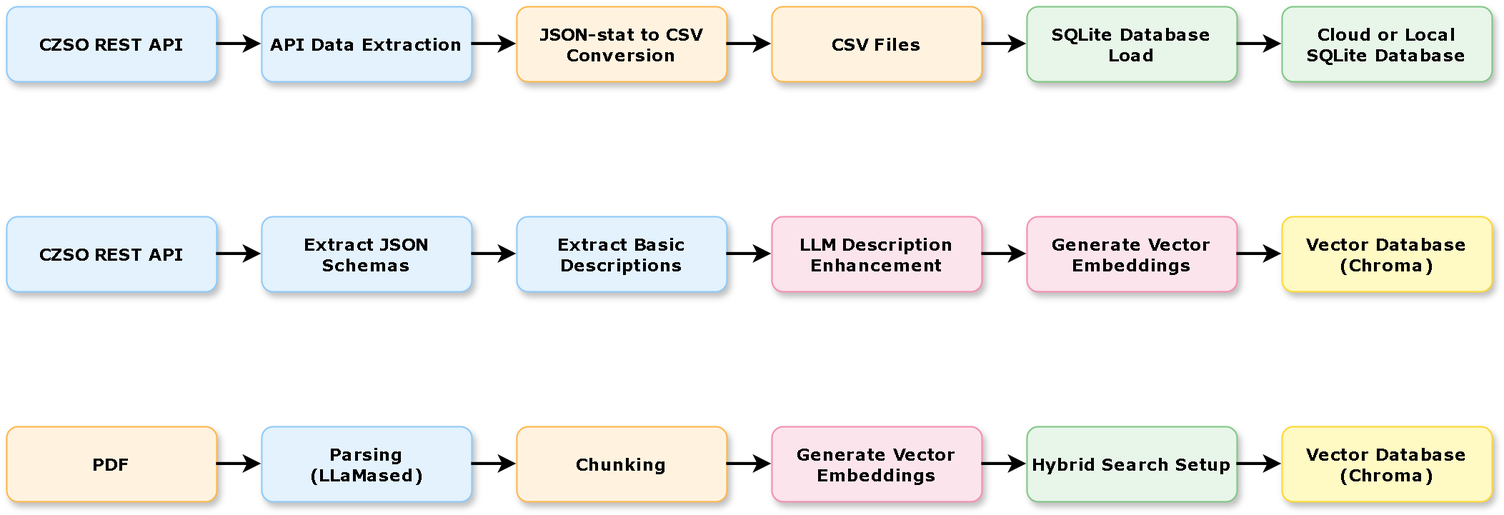
The draw.io diagram other/diagrams/data_metadata_flow.drawio.png in michaelmiscanuk/czsu-multi-agent-text-to-sql, before a commit. Source tidied: cells renumbered, new cells last; positions are measured from the earlier drawing's top-left corner, leaving out a move shared by most shapes. Source of this version:
```xml
<mxGraphModel>
  <root>
    <mxCell id="0" />
    <mxCell id="1" parent="0" />
    <mxCell id="2" value="CZSO REST API" style="rounded=1;whiteSpace=wrap;html=1;shadow=1;fontSize=11;fillColor=#E3F2FD;strokeColor=#90CAF9;fontFamily=Verdana;fontStyle=1;" parent="1" vertex="1">
      <mxGeometry width="140" height="50" as="geometry" />
    </mxCell>
    <mxCell id="3" style="edgeStyle=orthogonalEdgeStyle;rounded=0;jettySize=auto;html=1;exitX=1;exitY=0.5;exitDx=0;exitDy=0;entryX=0;entryY=0.5;entryDx=0;entryDy=0;strokeWidth=2;fontFamily=Verdana;fontStyle=1;" parent="1" edge="1" source="2" target="4">
      <mxGeometry relative="1" as="geometry" />
    </mxCell>
    <mxCell id="4" value="API Data Extraction" style="rounded=1;whiteSpace=wrap;html=1;shadow=1;fontSize=11;fillColor=#E3F2FD;strokeColor=#90CAF9;fontFamily=Verdana;fontStyle=1;" parent="1" vertex="1">
      <mxGeometry x="170" width="140" height="50" as="geometry" />
    </mxCell>
    <mxCell id="5" style="edgeStyle=orthogonalEdgeStyle;rounded=0;jettySize=auto;html=1;exitX=1;exitY=0.5;exitDx=0;exitDy=0;entryX=0;entryY=0.5;entryDx=0;entryDy=0;strokeWidth=2;fontFamily=Verdana;fontStyle=1;" parent="1" edge="1" source="4" target="6">
      <mxGeometry relative="1" as="geometry" />
    </mxCell>
    <mxCell id="6" value="JSON-stat to CSV&#10;Conversion" style="rounded=1;whiteSpace=wrap;html=1;shadow=1;fontSize=11;fillColor=#FFF3E0;strokeColor=#FFB74D;fontFamily=Verdana;fontStyle=1;" parent="1" vertex="1">
      <mxGeometry x="340" width="140" height="50" as="geometry" />
    </mxCell>
    <mxCell id="7" style="edgeStyle=orthogonalEdgeStyle;rounded=0;jettySize=auto;html=1;exitX=1;exitY=0.5;exitDx=0;exitDy=0;entryX=0;entryY=0.5;entryDx=0;entryDy=0;strokeWidth=2;fontFamily=Verdana;fontStyle=1;" parent="1" edge="1" source="6" target="8">
      <mxGeometry relative="1" as="geometry" />
    </mxCell>
    <mxCell id="8" value="CSV Files" style="rounded=1;whiteSpace=wrap;html=1;shadow=1;fontSize=11;fillColor=#FFF3E0;strokeColor=#FFB74D;fontFamily=Verdana;fontStyle=1;" parent="1" vertex="1">
      <mxGeometry x="510" width="140" height="50" as="geometry" />
    </mxCell>
    <mxCell id="9" style="edgeStyle=orthogonalEdgeStyle;rounded=0;jettySize=auto;html=1;exitX=1;exitY=0.5;exitDx=0;exitDy=0;entryX=0;entryY=0.5;entryDx=0;entryDy=0;strokeWidth=2;fontFamily=Verdana;fontStyle=1;" parent="1" edge="1" source="8" target="10">
      <mxGeometry relative="1" as="geometry" />
    </mxCell>
    <mxCell id="10" value="SQLite Database Load" style="rounded=1;whiteSpace=wrap;html=1;shadow=1;fontSize=11;fillColor=#E8F5E9;strokeColor=#81C784;fontFamily=Verdana;fontStyle=1;" parent="1" vertex="1">
      <mxGeometry x="680" width="140" height="50" as="geometry" />
    </mxCell>
    <mxCell id="11" style="edgeStyle=orthogonalEdgeStyle;rounded=0;jettySize=auto;html=1;exitX=1;exitY=0.5;exitDx=0;exitDy=0;entryX=0;entryY=0.5;entryDx=0;entryDy=0;strokeWidth=2;fontFamily=Verdana;fontStyle=1;" parent="1" edge="1" source="10" target="12">
      <mxGeometry relative="1" as="geometry" />
    </mxCell>
    <mxCell id="12" value="Cloud or Local&#10;SQLite Database" style="rounded=1;whiteSpace=wrap;html=1;shadow=1;fontSize=11;fillColor=#E8F5E9;strokeColor=#81C784;fontFamily=Verdana;fontStyle=1;" parent="1" vertex="1">
      <mxGeometry x="850" width="140" height="50" as="geometry" />
    </mxCell>
    <mxCell id="13" value="CZSO REST API" style="rounded=1;whiteSpace=wrap;html=1;shadow=1;fontSize=11;fillColor=#E3F2FD;strokeColor=#90CAF9;fontFamily=Verdana;fontStyle=1;" parent="1" vertex="1">
      <mxGeometry y="140" width="140" height="50" as="geometry" />
    </mxCell>
    <mxCell id="14" style="edgeStyle=orthogonalEdgeStyle;rounded=0;jettySize=auto;html=1;exitX=1;exitY=0.5;exitDx=0;exitDy=0;entryX=0;entryY=0.5;entryDx=0;entryDy=0;strokeWidth=2;fontFamily=Verdana;fontStyle=1;" parent="1" edge="1" source="13" target="15">
      <mxGeometry relative="1" as="geometry" />
    </mxCell>
    <mxCell id="15" value="Extract JSON Schemas" style="rounded=1;whiteSpace=wrap;html=1;shadow=1;fontSize=11;fillColor=#E3F2FD;strokeColor=#90CAF9;fontFamily=Verdana;fontStyle=1;" parent="1" vertex="1">
      <mxGeometry x="170" y="140" width="140" height="50" as="geometry" />
    </mxCell>
    <mxCell id="16" style="edgeStyle=orthogonalEdgeStyle;rounded=0;jettySize=auto;html=1;exitX=1;exitY=0.5;exitDx=0;exitDy=0;entryX=0;entryY=0.5;entryDx=0;entryDy=0;strokeWidth=2;fontFamily=Verdana;fontStyle=1;" parent="1" edge="1" source="15" target="17">
      <mxGeometry relative="1" as="geometry" />
    </mxCell>
    <mxCell id="17" value="Extract Basic&#10;Descriptions" style="rounded=1;whiteSpace=wrap;html=1;shadow=1;fontSize=11;fillColor=#E3F2FD;strokeColor=#90CAF9;fontFamily=Verdana;fontStyle=1;" parent="1" vertex="1">
      <mxGeometry x="340" y="140" width="140" height="50" as="geometry" />
    </mxCell>
    <mxCell id="18" style="edgeStyle=orthogonalEdgeStyle;rounded=0;jettySize=auto;html=1;exitX=1;exitY=0.5;exitDx=0;exitDy=0;entryX=0;entryY=0.5;entryDx=0;entryDy=0;strokeWidth=2;fontFamily=Verdana;fontStyle=1;" parent="1" edge="1" source="17" target="19">
      <mxGeometry relative="1" as="geometry" />
    </mxCell>
    <mxCell id="19" value="LLM Description&#10;Enhancement" style="rounded=1;whiteSpace=wrap;html=1;shadow=1;fontSize=11;fillColor=#FCE4EC;strokeColor=#F48FB1;fontFamily=Verdana;fontStyle=1;" parent="1" vertex="1">
      <mxGeometry x="510" y="140" width="140" height="50" as="geometry" />
    </mxCell>
    <mxCell id="20" style="edgeStyle=orthogonalEdgeStyle;rounded=0;jettySize=auto;html=1;exitX=1;exitY=0.5;exitDx=0;exitDy=0;entryX=0;entryY=0.5;entryDx=0;entryDy=0;strokeWidth=2;fontFamily=Verdana;fontStyle=1;" parent="1" edge="1" source="19" target="21">
      <mxGeometry relative="1" as="geometry" />
    </mxCell>
    <mxCell id="21" value="Generate Vector&#10;Embeddings" style="rounded=1;whiteSpace=wrap;html=1;shadow=1;fontSize=11;fillColor=#FCE4EC;strokeColor=#F48FB1;fontFamily=Verdana;fontStyle=1;" parent="1" vertex="1">
      <mxGeometry x="680" y="140" width="140" height="50" as="geometry" />
    </mxCell>
    <mxCell id="22" style="edgeStyle=orthogonalEdgeStyle;rounded=0;jettySize=auto;html=1;exitX=1;exitY=0.5;exitDx=0;exitDy=0;entryX=0;entryY=0.5;entryDx=0;entryDy=0;strokeWidth=2;fontFamily=Verdana;fontStyle=1;" parent="1" edge="1" source="21" target="23">
      <mxGeometry relative="1" as="geometry" />
    </mxCell>
    <mxCell id="23" value="Vector Database&#10;(Chroma)" style="rounded=1;whiteSpace=wrap;html=1;shadow=1;fontSize=11;fillColor=#FFF9C4;strokeColor=#FDD835;fontFamily=Verdana;fontStyle=1;" parent="1" vertex="1">
      <mxGeometry x="850" y="140" width="140" height="50" as="geometry" />
    </mxCell>
    <mxCell id="24" value="PDF" style="rounded=1;whiteSpace=wrap;html=1;shadow=1;fontSize=11;fillColor=#FFF3E0;strokeColor=#FFB74D;fontFamily=Verdana;fontStyle=1;" parent="1" vertex="1">
      <mxGeometry y="280" width="140" height="50" as="geometry" />
    </mxCell>
    <mxCell id="25" style="edgeStyle=orthogonalEdgeStyle;rounded=0;jettySize=auto;html=1;exitX=1;exitY=0.5;exitDx=0;exitDy=0;entryX=0;entryY=0.5;entryDx=0;entryDy=0;strokeWidth=2;fontFamily=Verdana;fontStyle=1;" parent="1" edge="1" source="24" target="26">
      <mxGeometry relative="1" as="geometry" />
    </mxCell>
    <mxCell id="26" value="Parsing&#10;(LLaMased)" style="rounded=1;whiteSpace=wrap;html=1;shadow=1;fontSize=11;fillColor=#E3F2FD;strokeColor=#90CAF9;fontFamily=Verdana;fontStyle=1;" parent="1" vertex="1">
      <mxGeometry x="170" y="280" width="140" height="50" as="geometry" />
    </mxCell>
    <mxCell id="27" style="edgeStyle=orthogonalEdgeStyle;rounded=0;jettySize=auto;html=1;exitX=1;exitY=0.5;exitDx=0;exitDy=0;entryX=0;entryY=0.5;entryDx=0;entryDy=0;strokeWidth=2;fontFamily=Verdana;fontStyle=1;" parent="1" edge="1" source="26" target="28">
      <mxGeometry relative="1" as="geometry" />
    </mxCell>
    <mxCell id="28" value="Chunking" style="rounded=1;whiteSpace=wrap;html=1;shadow=1;fontSize=11;fillColor=#FFF3E0;strokeColor=#FFB74D;fontFamily=Verdana;fontStyle=1;" parent="1" vertex="1">
      <mxGeometry x="340" y="280" width="140" height="50" as="geometry" />
    </mxCell>
    <mxCell id="29" style="edgeStyle=orthogonalEdgeStyle;rounded=0;jettySize=auto;html=1;exitX=1;exitY=0.5;exitDx=0;exitDy=0;entryX=0;entryY=0.5;entryDx=0;entryDy=0;strokeWidth=2;fontFamily=Verdana;fontStyle=1;" parent="1" edge="1" source="28" target="30">
      <mxGeometry relative="1" as="geometry" />
    </mxCell>
    <mxCell id="30" value="Generate Vector&#10;Embeddings" style="rounded=1;whiteSpace=wrap;html=1;shadow=1;fontSize=11;fillColor=#FCE4EC;strokeColor=#F48FB1;fontFamily=Verdana;fontStyle=1;" parent="1" vertex="1">
      <mxGeometry x="510" y="280" width="140" height="50" as="geometry" />
    </mxCell>
    <mxCell id="31" style="edgeStyle=orthogonalEdgeStyle;rounded=0;jettySize=auto;html=1;exitX=1;exitY=0.5;exitDx=0;exitDy=0;entryX=0;entryY=0.5;entryDx=0;entryDy=0;strokeWidth=2;fontFamily=Verdana;fontStyle=1;" parent="1" edge="1" source="30" target="32">
      <mxGeometry relative="1" as="geometry" />
    </mxCell>
    <mxCell id="32" value="Hybrid Search Setup" style="rounded=1;whiteSpace=wrap;html=1;shadow=1;fontSize=11;fillColor=#E8F5E9;strokeColor=#81C784;fontFamily=Verdana;fontStyle=1;" parent="1" vertex="1">
      <mxGeometry x="680" y="280" width="140" height="50" as="geometry" />
    </mxCell>
    <mxCell id="33" style="edgeStyle=orthogonalEdgeStyle;rounded=0;jettySize=auto;html=1;exitX=1;exitY=0.5;exitDx=0;exitDy=0;entryX=0;entryY=0.5;entryDx=0;entryDy=0;strokeWidth=2;fontFamily=Verdana;fontStyle=1;" parent="1" edge="1" source="32" target="34">
      <mxGeometry relative="1" as="geometry" />
    </mxCell>
    <mxCell id="34" value="Vector Database&#10;(Chroma)" style="rounded=1;whiteSpace=wrap;html=1;shadow=1;fontSize=11;fillColor=#FFF9C4;strokeColor=#FDD835;fontFamily=Verdana;fontStyle=1;" parent="1" vertex="1">
      <mxGeometry x="850" y="280" width="140" height="50" as="geometry" />
    </mxCell>
  </root>
</mxGraphModel>
```
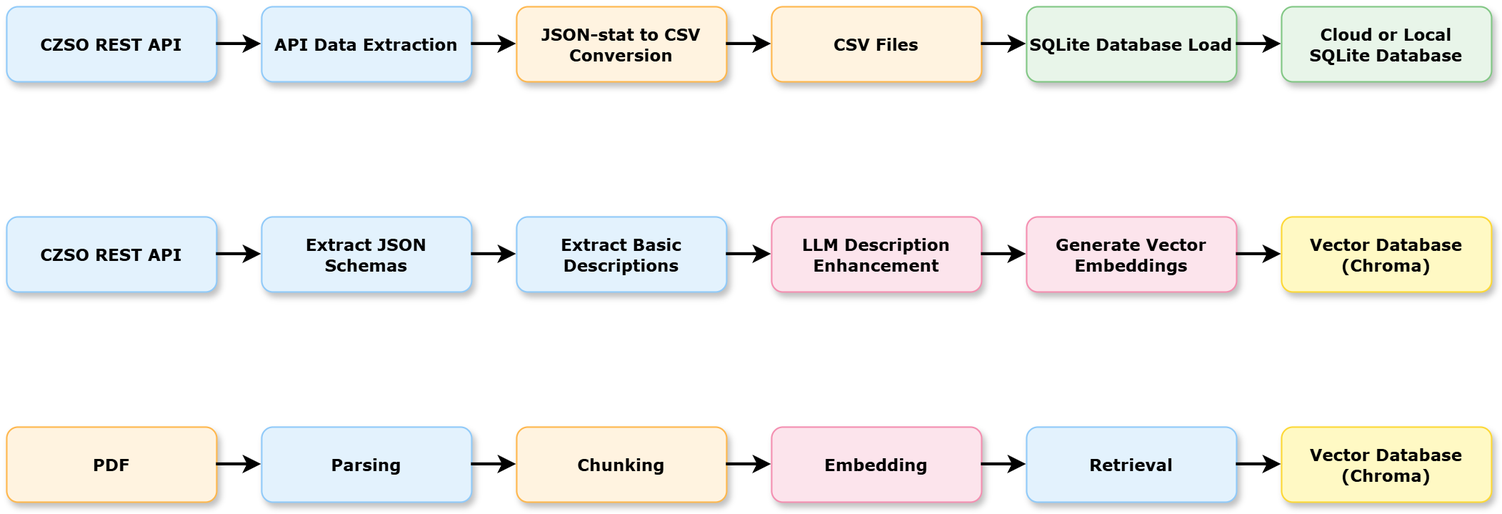
The same file after the commit.

Commit message:
361 Fixing wrong ChromDB collection for PDF data

The edit, as a diff of the source:
```diff
@@ -74,7 +74,7 @@
     <mxCell id="25" style="edgeStyle=orthogonalEdgeStyle;rounded=0;jettySize=auto;html=1;exitX=1;exitY=0.5;exitDx=0;exitDy=0;entryX=0;entryY=0.5;entryDx=0;entryDy=0;strokeWidth=2;fontFamily=Verdana;fontStyle=1;" parent="1" edge="1" source="24" target="26">
       <mxGeometry relative="1" as="geometry" />
     </mxCell>
-    <mxCell id="26" value="Parsing&#10;(LLaMased)" style="rounded=1;whiteSpace=wrap;html=1;shadow=1;fontSize=11;fillColor=#E3F2FD;strokeColor=#90CAF9;fontFamily=Verdana;fontStyle=1;" parent="1" vertex="1">
+    <mxCell id="26" value="Parsing" style="rounded=1;whiteSpace=wrap;html=1;shadow=1;fontSize=11;fillColor=#E3F2FD;strokeColor=#90CAF9;fontFamily=Verdana;fontStyle=1;" parent="1" vertex="1">
       <mxGeometry x="170" y="280" width="140" height="50" as="geometry" />
     </mxCell>
     <mxCell id="27" style="edgeStyle=orthogonalEdgeStyle;rounded=0;jettySize=auto;html=1;exitX=1;exitY=0.5;exitDx=0;exitDy=0;entryX=0;entryY=0.5;entryDx=0;entryDy=0;strokeWidth=2;fontFamily=Verdana;fontStyle=1;" parent="1" edge="1" source="26" target="28">
@@ -86,13 +86,13 @@
     <mxCell id="29" style="edgeStyle=orthogonalEdgeStyle;rounded=0;jettySize=auto;html=1;exitX=1;exitY=0.5;exitDx=0;exitDy=0;entryX=0;entryY=0.5;entryDx=0;entryDy=0;strokeWidth=2;fontFamily=Verdana;fontStyle=1;" parent="1" edge="1" source="28" target="30">
       <mxGeometry relative="1" as="geometry" />
     </mxCell>
-    <mxCell id="30" value="Generate Vector&#10;Embeddings" style="rounded=1;whiteSpace=wrap;html=1;shadow=1;fontSize=11;fillColor=#FCE4EC;strokeColor=#F48FB1;fontFamily=Verdana;fontStyle=1;" parent="1" vertex="1">
+    <mxCell id="30" value="Embedding" style="rounded=1;whiteSpace=wrap;html=1;shadow=1;fontSize=11;fillColor=#FCE4EC;strokeColor=#F48FB1;fontFamily=Verdana;fontStyle=1;" parent="1" vertex="1">
       <mxGeometry x="510" y="280" width="140" height="50" as="geometry" />
     </mxCell>
     <mxCell id="31" style="edgeStyle=orthogonalEdgeStyle;rounded=0;jettySize=auto;html=1;exitX=1;exitY=0.5;exitDx=0;exitDy=0;entryX=0;entryY=0.5;entryDx=0;entryDy=0;strokeWidth=2;fontFamily=Verdana;fontStyle=1;" parent="1" edge="1" source="30" target="32">
       <mxGeometry relative="1" as="geometry" />
     </mxCell>
-    <mxCell id="32" value="Hybrid Search Setup" style="rounded=1;whiteSpace=wrap;html=1;shadow=1;fontSize=11;fillColor=#E8F5E9;strokeColor=#81C784;fontFamily=Verdana;fontStyle=1;" parent="1" vertex="1">
+    <mxCell id="32" value="Retrieval" style="rounded=1;whiteSpace=wrap;html=1;shadow=1;fontSize=11;fillColor=#E3F2FD;strokeColor=#90CAF9;fontFamily=Verdana;fontStyle=1;" parent="1" vertex="1">
       <mxGeometry x="680" y="280" width="140" height="50" as="geometry" />
     </mxCell>
     <mxCell id="33" style="edgeStyle=orthogonalEdgeStyle;rounded=0;jettySize=auto;html=1;exitX=1;exitY=0.5;exitDx=0;exitDy=0;entryX=0;entryY=0.5;entryDx=0;entryDy=0;strokeWidth=2;fontFamily=Verdana;fontStyle=1;" parent="1" edge="1" source="32" target="34">
```
